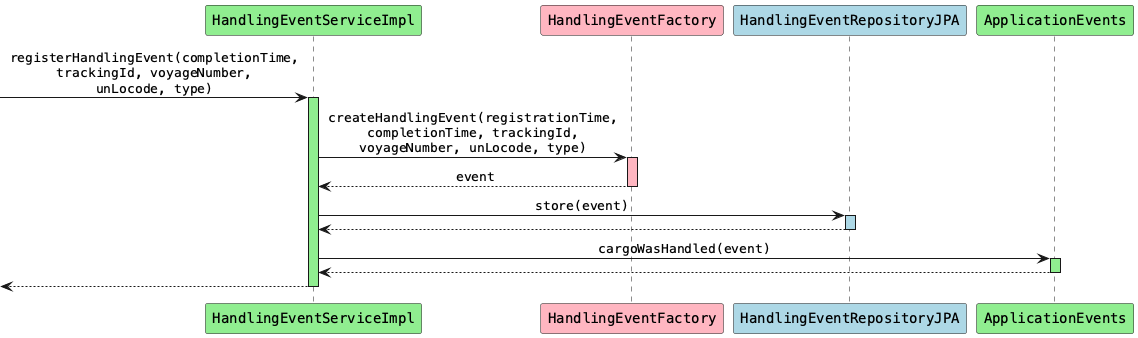
This is src/site/resources/diagrams/HandlingEventServiceImpl_registerHandlingEvent.png from aowss/dddsample-core, a PlantUML export, as it was before one commit.
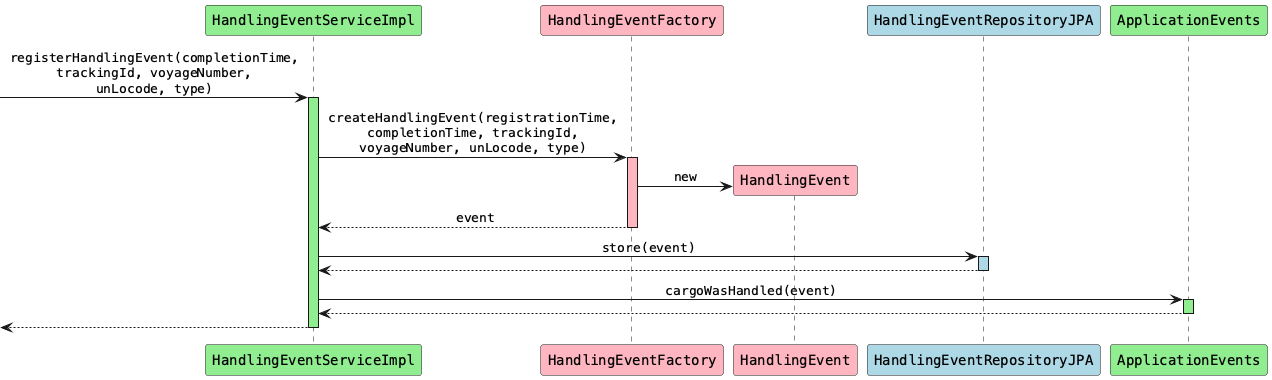
Above is the later version.

What changed in the source:
```diff
@@ -5,6 +5,7 @@
 
 participant "HandlingEventServiceImpl" as hes #lightgreen
 participant "HandlingEventFactory" as hef #lightpink
+participant "HandlingEvent" as he #lightpink
 participant "HandlingEventRepositoryJPA" as her #lightblue
 participant "ApplicationEvents" as ae #lightgreen
 
@@ -13,6 +14,8 @@
 
 hes -> hef: createHandlingEvent(registrationTime,\ncompletionTime, trackingId,\nvoyageNumber, unLocode, type)
 activate hef #lightpink
+create he
+hef -> he: new
 hef --> hes: event
 deactivate hef
 
```
